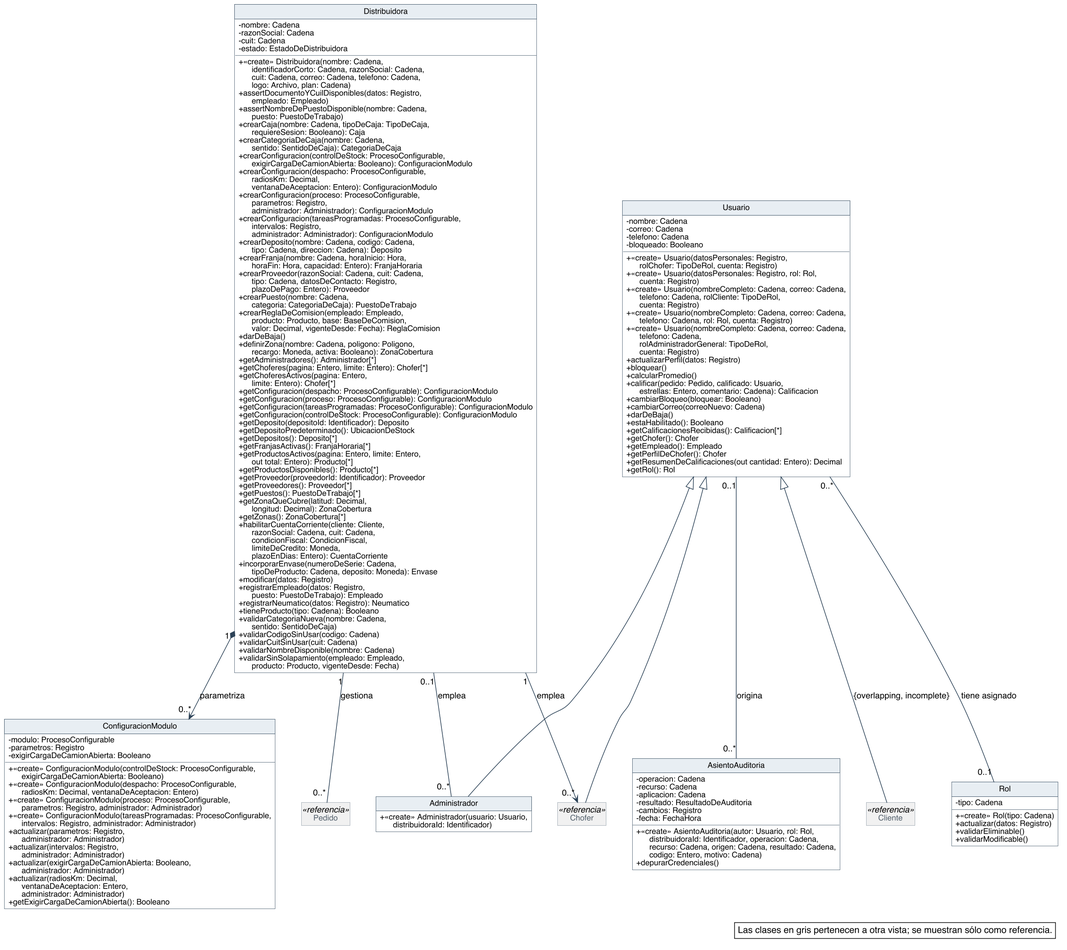
Above: diagramas/clases-diseno/DC_Organizacion-y-acceso.png in Nahuelito-Dev/splg-docs (PlantUML), before the change. The source it was exported from:
```plantuml
@startuml
skinparam backgroundColor #FFFFFF
skinparam shadowing false
skinparam defaultFontName Helvetica
skinparam defaultFontSize 13
skinparam dpi 150
skinparam nodesep 40
skinparam ranksep 55
skinparam classAttributeIconSize 0
skinparam roundCorner 0
skinparam genericDisplay old
skinparam class {
  BorderColor #2C4257
  BackgroundColor #FFFFFF
  ArrowColor #2C4257
  FontSize 14
  AttributeFontSize 12
  HeaderBackgroundColor #E8EEF3
}
skinparam class<<referencia>> {
  BackgroundColor #F1F1F1
  BorderColor #8A97A3
  FontColor #55616C
}
skinparam class<<fachada>> {
  HeaderBackgroundColor #D6E4F0
}
skinparam class<<controlador>> {
  HeaderBackgroundColor #D6E4F0
}
skinparam class<<fabricación pura>> {
  HeaderBackgroundColor #F3E9CF
}
skinparam class<<colección>> {
  HeaderBackgroundColor #E6E6E6
}
skinparam class<<adaptador>> {
  HeaderBackgroundColor #DCEBDD
}
skinparam interface {
  BorderColor #2C4257
  BackgroundColor #FFFFFF
  HeaderBackgroundColor #DCEBDD
  FontSize 14
  AttributeFontSize 12
}
skinparam note {
  BackgroundColor #FFFFFF
  BorderColor #2C4257
}
skinparam packageStyle rectangle
skinparam package {
  BorderColor #8A97A3
  FontSize 13
  FontColor #55616C
}
hide circle
hide empty members

class Distribuidora {
  - nombre: Cadena
  - razonSocial: Cadena
  - cuit: Cadena
  - estado: EstadoDeDistribuidora
  + «create» Distribuidora(nombre: Cadena,\n      identificadorCorto: Cadena, razonSocial: Cadena,\n      cuit: Cadena, correo: Cadena, telefono: Cadena,\n      logo: Archivo, plan: Cadena)
  + assertDocumentoYCuilDisponibles(datos: Registro,\n      empleado: Empleado)
  + assertNombreDePuestoDisponible(nombre: Cadena,\n      puesto: PuestoDeTrabajo)
  + crearCaja(nombre: Cadena, tipoDeCaja: TipoDeCaja,\n      requiereSesion: Booleano): Caja
  + crearCategoriaDeCaja(nombre: Cadena,\n      sentido: SentidoDeCaja): CategoriaDeCaja
  + crearConfiguracion(controlDeStock: ProcesoConfigurable,\n      exigirCargaDeCamionAbierta: Booleano): ConfiguracionModulo
  + crearConfiguracion(despacho: ProcesoConfigurable,\n      radiosKm: Decimal,\n      ventanaDeAceptacion: Entero): ConfiguracionModulo
  + crearConfiguracion(proceso: ProcesoConfigurable,\n      parametros: Registro,\n      administrador: Administrador): ConfiguracionModulo
  + crearConfiguracion(tareasProgramadas: ProcesoConfigurable,\n      intervalos: Registro,\n      administrador: Administrador): ConfiguracionModulo
  + crearDeposito(nombre: Cadena, codigo: Cadena,\n      tipo: Cadena, direccion: Cadena): Deposito
  + crearFranja(nombre: Cadena, horaInicio: Hora,\n      horaFin: Hora, capacidad: Entero): FranjaHoraria
  + crearProveedor(razonSocial: Cadena, cuit: Cadena,\n      tipo: Cadena, datosDeContacto: Registro,\n      plazoDePago: Entero): Proveedor
  + crearPuesto(nombre: Cadena,\n      categoria: CategoriaDeCaja): PuestoDeTrabajo
  + crearReglaDeComision(empleado: Empleado,\n      producto: Producto, base: BaseDeComision,\n      valor: Decimal, vigenteDesde: Fecha): ReglaComision
  + darDeBaja()
  + definirZona(nombre: Cadena, poligono: Poligono,\n      recargo: Moneda, activa: Booleano): ZonaCobertura
  + getAdministradores(): Administrador[*]
  + getChoferes(pagina: Entero, limite: Entero): Chofer[*]
  + getChoferesActivos(pagina: Entero,\n      limite: Entero): Chofer[*]
  + getConfiguracion(despacho: ProcesoConfigurable): ConfiguracionModulo
  + getConfiguracion(proceso: ProcesoConfigurable): ConfiguracionModulo
  + getConfiguracion(tareasProgramadas: ProcesoConfigurable): ConfiguracionModulo
  + getConfiguracion(controlDeStock: ProcesoConfigurable): ConfiguracionModulo
  + getDeposito(depositoId: Identificador): Deposito
  + getDepositoPredeterminado(): UbicacionDeStock
  + getDepositos(): Deposito[*]
  + getFranjasActivas(): FranjaHoraria[*]
  + getProductosActivos(pagina: Entero, limite: Entero,\n      out total: Entero): Producto[*]
  + getProductosDisponibles(): Producto[*]
  + getProveedor(proveedorId: Identificador): Proveedor
  + getProveedores(): Proveedor[*]
  + getPuestos(): PuestoDeTrabajo[*]
  + getZonaQueCubre(latitud: Decimal,\n      longitud: Decimal): ZonaCobertura
  + getZonas(): ZonaCobertura[*]
  + habilitarCuentaCorriente(cliente: Cliente,\n      razonSocial: Cadena, cuit: Cadena,\n      condicionFiscal: CondicionFiscal,\n      limiteDeCredito: Moneda,\n      plazoEnDias: Entero): CuentaCorriente
  + incorporarEnvase(numeroDeSerie: Cadena,\n      tipoDeProducto: Cadena, deposito: Moneda): Envase
  + modificar(datos: Registro)
  + registrarEmpleado(datos: Registro,\n      puesto: PuestoDeTrabajo): Empleado
  + registrarNeumatico(datos: Registro): Neumatico
  + tieneProducto(tipo: Cadena): Booleano
  + validarCategoriaNueva(nombre: Cadena,\n      sentido: SentidoDeCaja)
  + validarCodigoSinUsar(codigo: Cadena)
  + validarCuitSinUsar(cuit: Cadena)
  + validarNombreDisponible(nombre: Cadena)
  + validarSinSolapamiento(empleado: Empleado,\n      producto: Producto, vigenteDesde: Fecha)
}
class ConfiguracionModulo {
  - modulo: ProcesoConfigurable
  - parametros: Registro
  - exigirCargaDeCamionAbierta: Booleano
  + «create» ConfiguracionModulo(controlDeStock: ProcesoConfigurable,\n      exigirCargaDeCamionAbierta: Booleano)
  + «create» ConfiguracionModulo(despacho: ProcesoConfigurable,\n      radiosKm: Decimal, ventanaDeAceptacion: Entero)
  + «create» ConfiguracionModulo(proceso: ProcesoConfigurable,\n      parametros: Registro, administrador: Administrador)
  + «create» ConfiguracionModulo(tareasProgramadas: ProcesoConfigurable,\n      intervalos: Registro, administrador: Administrador)
  + actualizar(parametros: Registro,\n      administrador: Administrador)
  + actualizar(intervalos: Registro,\n      administrador: Administrador)
  + actualizar(exigirCargaDeCamionAbierta: Booleano,\n      administrador: Administrador)
  + actualizar(radiosKm: Decimal,\n      ventanaDeAceptacion: Entero,\n      administrador: Administrador)
  + getExigirCargaDeCamionAbierta(): Booleano
}
class Usuario {
  - nombre: Cadena
  - correo: Cadena
  - telefono: Cadena
  - bloqueado: Booleano
  + «create» Usuario(datosPersonales: Registro,\n      rolChofer: TipoDeRol, cuenta: Registro)
  + «create» Usuario(datosPersonales: Registro, rol: Rol,\n      cuenta: Registro)
  + «create» Usuario(nombreCompleto: Cadena, correo: Cadena,\n      telefono: Cadena, rolCliente: TipoDeRol,\n      cuenta: Registro)
  + «create» Usuario(nombreCompleto: Cadena, correo: Cadena,\n      telefono: Cadena, rol: Rol, cuenta: Registro)
  + «create» Usuario(nombreCompleto: Cadena, correo: Cadena,\n      telefono: Cadena,\n      rolAdministradorGeneral: TipoDeRol,\n      cuenta: Registro)
  + actualizarPerfil(datos: Registro)
  + bloquear()
  + calcularPromedio()
  + calificar(pedido: Pedido, calificado: Usuario,\n      estrellas: Entero, comentario: Cadena): Calificacion
  + cambiarBloqueo(bloquear: Booleano)
  + cambiarCorreo(correoNuevo: Cadena)
  + darDeBaja()
  + estaHabilitado(): Booleano
  + getCalificacionesRecibidas(): Calificacion[*]
  + getChofer(): Chofer
  + getEmpleado(): Empleado
  + getPerfilDeChofer(): Chofer
  + getResumenDeCalificaciones(out cantidad: Entero): Decimal
  + getRol(): Rol
}
class Rol {
  - tipo: Cadena
  + «create» Rol(tipo: Cadena)
  + actualizar(datos: Registro)
  + validarEliminable()
  + validarModificable()
}
class Administrador {
  + «create» Administrador(usuario: Usuario,\n      distribuidoraId: Identificador)
}
class AsientoAuditoria {
  - operacion: Cadena
  - recurso: Cadena
  - aplicacion: Cadena
  - resultado: ResultadoDeAuditoria
  - cambios: Registro
  - fecha: FechaHora
  + «create» AsientoAuditoria(autor: Usuario, rol: Rol,\n      distribuidoraId: Identificador, operacion: Cadena,\n      recurso: Cadena, origen: Cadena, resultado: Cadena,\n      codigo: Entero, motivo: Cadena)
  + depurarCredenciales()
}
class Cliente <<referencia>>
class Chofer <<referencia>>
class Pedido <<referencia>>

Usuario <|-- Cliente : {overlapping, incomplete}
Usuario <|-- Chofer
Usuario <|-- Administrador
Usuario "0..*" -- "0..1" Rol : tiene asignado
Distribuidora "1" --> "0..*" Chofer : emplea
Distribuidora "0..1" -- "0..*" Administrador : emplea
Distribuidora "1" -- "0..*" Pedido : gestiona
Distribuidora "1" *--> "0..*" ConfiguracionModulo : parametriza
Usuario "0..1" -- "0..*" AsientoAuditoria : origina

legend bottom right
  Las clases en gris pertenecen a otra vista; se muestran sólo como referencia.
endlegend
@enduml
```
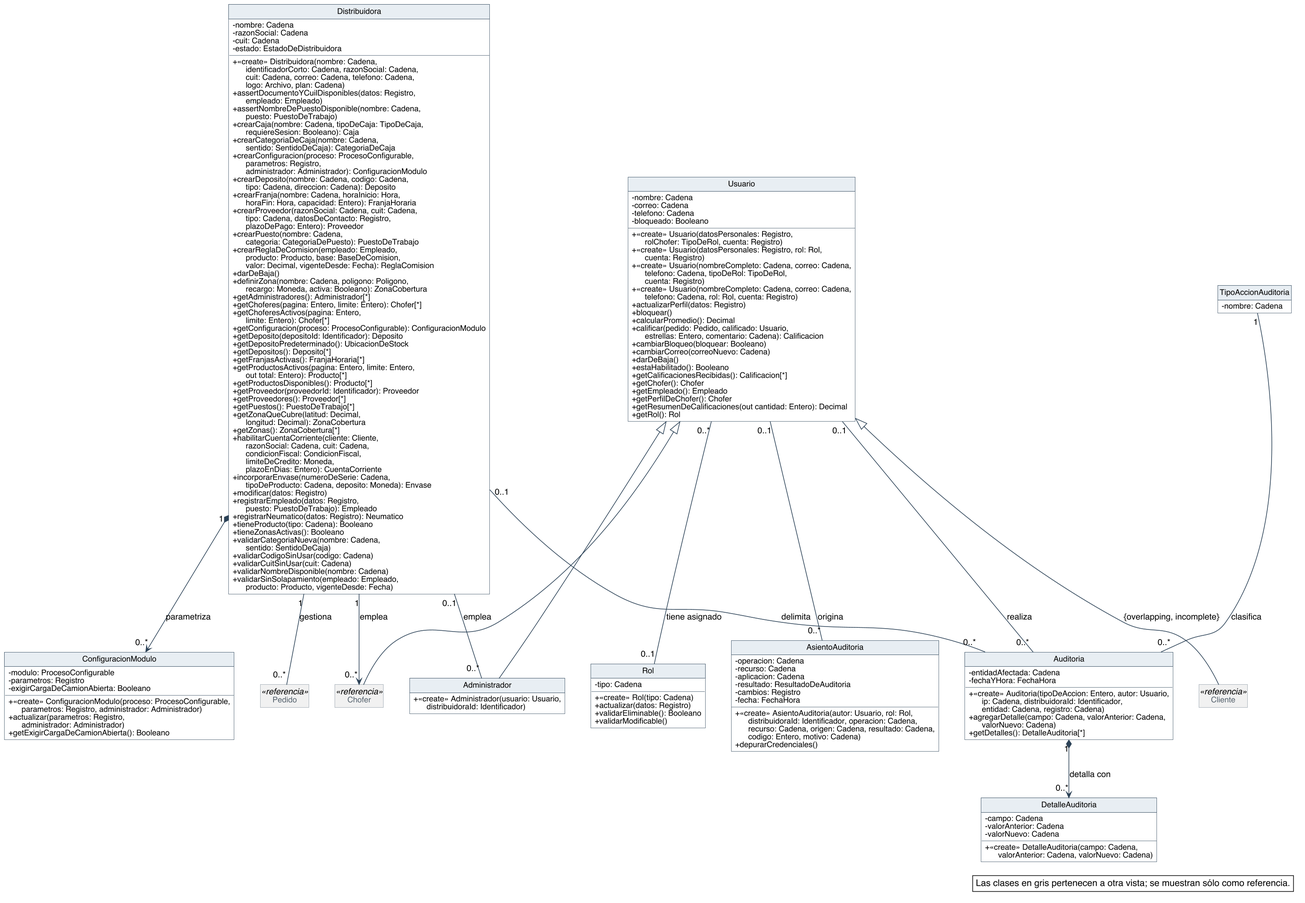
After the change.

Change to the diagram source:
```diff
@@ -67,24 +67,18 @@
   + assertNombreDePuestoDisponible(nombre: Cadena,\n      puesto: PuestoDeTrabajo)
   + crearCaja(nombre: Cadena, tipoDeCaja: TipoDeCaja,\n      requiereSesion: Booleano): Caja
   + crearCategoriaDeCaja(nombre: Cadena,\n      sentido: SentidoDeCaja): CategoriaDeCaja
-  + crearConfiguracion(controlDeStock: ProcesoConfigurable,\n      exigirCargaDeCamionAbierta: Booleano): ConfiguracionModulo
-  + crearConfiguracion(despacho: ProcesoConfigurable,\n      radiosKm: Decimal,\n      ventanaDeAceptacion: Entero): ConfiguracionModulo
   + crearConfiguracion(proceso: ProcesoConfigurable,\n      parametros: Registro,\n      administrador: Administrador): ConfiguracionModulo
-  + crearConfiguracion(tareasProgramadas: ProcesoConfigurable,\n      intervalos: Registro,\n      administrador: Administrador): ConfiguracionModulo
   + crearDeposito(nombre: Cadena, codigo: Cadena,\n      tipo: Cadena, direccion: Cadena): Deposito
   + crearFranja(nombre: Cadena, horaInicio: Hora,\n      horaFin: Hora, capacidad: Entero): FranjaHoraria
   + crearProveedor(razonSocial: Cadena, cuit: Cadena,\n      tipo: Cadena, datosDeContacto: Registro,\n      plazoDePago: Entero): Proveedor
-  + crearPuesto(nombre: Cadena,\n      categoria: CategoriaDeCaja): PuestoDeTrabajo
+  + crearPuesto(nombre: Cadena,\n      categoria: CategoriaDePuesto): PuestoDeTrabajo
   + crearReglaDeComision(empleado: Empleado,\n      producto: Producto, base: BaseDeComision,\n      valor: Decimal, vigenteDesde: Fecha): ReglaComision
   + darDeBaja()
   + definirZona(nombre: Cadena, poligono: Poligono,\n      recargo: Moneda, activa: Booleano): ZonaCobertura
   + getAdministradores(): Administrador[*]
   + getChoferes(pagina: Entero, limite: Entero): Chofer[*]
   + getChoferesActivos(pagina: Entero,\n      limite: Entero): Chofer[*]
-  + getConfiguracion(despacho: ProcesoConfigurable): ConfiguracionModulo
   + getConfiguracion(proceso: ProcesoConfigurable): ConfiguracionModulo
-  + getConfiguracion(tareasProgramadas: ProcesoConfigurable): ConfiguracionModulo
-  + getConfiguracion(controlDeStock: ProcesoConfigurable): ConfiguracionModulo
   + getDeposito(depositoId: Identificador): Deposito
   + getDepositoPredeterminado(): UbicacionDeStock
   + getDepositos(): Deposito[*]
@@ -102,6 +96,7 @@
   + registrarEmpleado(datos: Registro,\n      puesto: PuestoDeTrabajo): Empleado
   + registrarNeumatico(datos: Registro): Neumatico
   + tieneProducto(tipo: Cadena): Booleano
+  + tieneZonasActivas(): Booleano
   + validarCategoriaNueva(nombre: Cadena,\n      sentido: SentidoDeCaja)
   + validarCodigoSinUsar(codigo: Cadena)
   + validarCuitSinUsar(cuit: Cadena)
@@ -112,14 +107,8 @@
   - modulo: ProcesoConfigurable
   - parametros: Registro
   - exigirCargaDeCamionAbierta: Booleano
-  + «create» ConfiguracionModulo(controlDeStock: ProcesoConfigurable,\n      exigirCargaDeCamionAbierta: Booleano)
-  + «create» ConfiguracionModulo(despacho: ProcesoConfigurable,\n      radiosKm: Decimal, ventanaDeAceptacion: Entero)
   + «create» ConfiguracionModulo(proceso: ProcesoConfigurable,\n      parametros: Registro, administrador: Administrador)
-  + «create» ConfiguracionModulo(tareasProgramadas: ProcesoConfigurable,\n      intervalos: Registro, administrador: Administrador)
   + actualizar(parametros: Registro,\n      administrador: Administrador)
-  + actualizar(intervalos: Registro,\n      administrador: Administrador)
-  + actualizar(exigirCargaDeCamionAbierta: Booleano,\n      administrador: Administrador)
-  + actualizar(radiosKm: Decimal,\n      ventanaDeAceptacion: Entero,\n      administrador: Administrador)
   + getExigirCargaDeCamionAbierta(): Booleano
 }
 class Usuario {
@@ -129,12 +118,11 @@
   - bloqueado: Booleano
   + «create» Usuario(datosPersonales: Registro,\n      rolChofer: TipoDeRol, cuenta: Registro)
   + «create» Usuario(datosPersonales: Registro, rol: Rol,\n      cuenta: Registro)
-  + «create» Usuario(nombreCompleto: Cadena, correo: Cadena,\n      telefono: Cadena, rolCliente: TipoDeRol,\n      cuenta: Registro)
+  + «create» Usuario(nombreCompleto: Cadena, correo: Cadena,\n      telefono: Cadena, tipoDeRol: TipoDeRol,\n      cuenta: Registro)
   + «create» Usuario(nombreCompleto: Cadena, correo: Cadena,\n      telefono: Cadena, rol: Rol, cuenta: Registro)
-  + «create» Usuario(nombreCompleto: Cadena, correo: Cadena,\n      telefono: Cadena,\n      rolAdministradorGeneral: TipoDeRol,\n      cuenta: Registro)
   + actualizarPerfil(datos: Registro)
   + bloquear()
-  + calcularPromedio()
+  + calcularPromedio(): Decimal
   + calificar(pedido: Pedido, calificado: Usuario,\n      estrellas: Entero, comentario: Cadena): Calificacion
   + cambiarBloqueo(bloquear: Booleano)
   + cambiarCorreo(correoNuevo: Cadena)
@@ -151,7 +139,7 @@
   - tipo: Cadena
   + «create» Rol(tipo: Cadena)
   + actualizar(datos: Registro)
-  + validarEliminable()
+  + validarEliminable(): Booleano
   + validarModificable()
 }
 class Administrador {
@@ -167,6 +155,22 @@
   + «create» AsientoAuditoria(autor: Usuario, rol: Rol,\n      distribuidoraId: Identificador, operacion: Cadena,\n      recurso: Cadena, origen: Cadena, resultado: Cadena,\n      codigo: Entero, motivo: Cadena)
   + depurarCredenciales()
 }
+class Auditoria {
+  - entidadAfectada: Cadena
+  - fechaYHora: FechaHora
+  + «create» Auditoria(tipoDeAccion: Entero, autor: Usuario,\n      ip: Cadena, distribuidoraId: Identificador,\n      entidad: Cadena, registro: Cadena)
+  + agregarDetalle(campo: Cadena, valorAnterior: Cadena,\n      valorNuevo: Cadena)
+  + getDetalles(): DetalleAuditoria[*]
+}
+class DetalleAuditoria {
+  - campo: Cadena
+  - valorAnterior: Cadena
+  - valorNuevo: Cadena
+  + «create» DetalleAuditoria(campo: Cadena,\n      valorAnterior: Cadena, valorNuevo: Cadena)
+}
+class TipoAccionAuditoria {
+  - nombre: Cadena
+}
 class Cliente <<referencia>>
 class Chofer <<referencia>>
 class Pedido <<referencia>>
@@ -180,6 +184,10 @@
 Distribuidora "1" -- "0..*" Pedido : gestiona
 Distribuidora "1" *--> "0..*" ConfiguracionModulo : parametriza
 Usuario "0..1" -- "0..*" AsientoAuditoria : origina
+Usuario "0..1" -- "0..*" Auditoria : realiza
+Distribuidora "0..1" -- "0..*" Auditoria : delimita
+Auditoria "1" *--> "0..*" DetalleAuditoria : detalla con
+TipoAccionAuditoria "1" -- "0..*" Auditoria : clasifica
 
 legend bottom right
   Las clases en gris pertenecen a otra vista; se muestran sólo como referencia.
```
